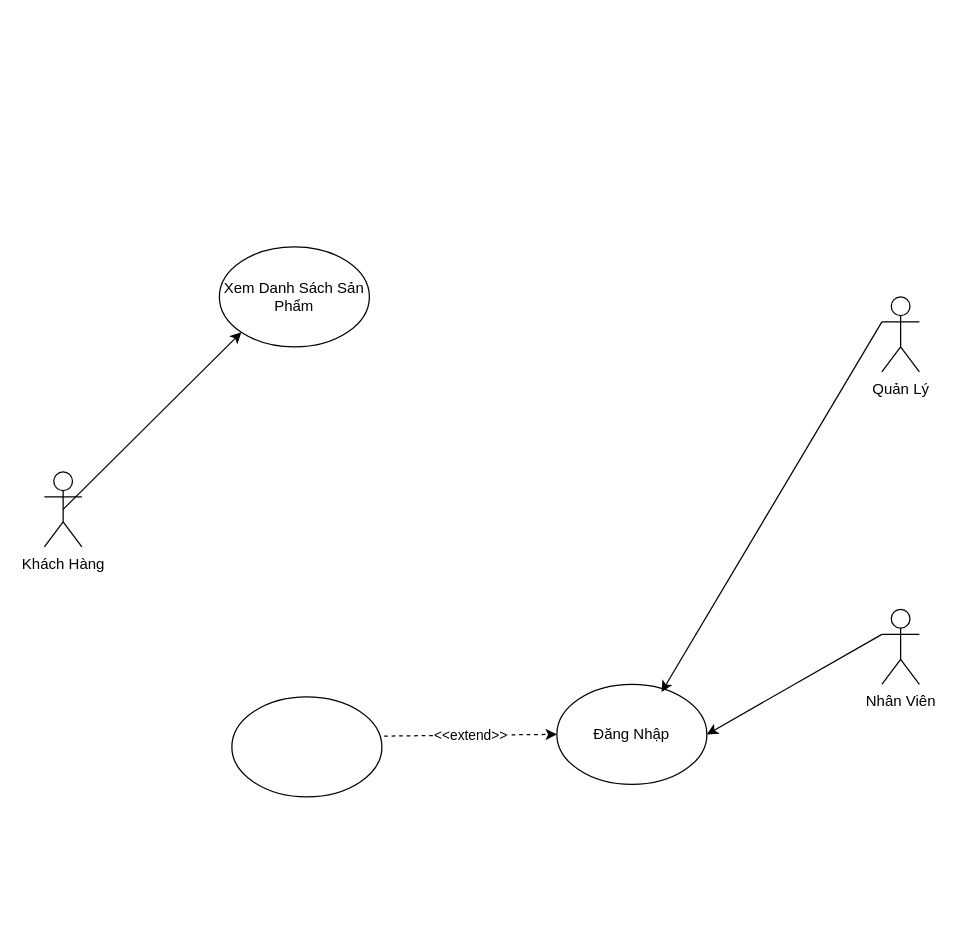
maivantai2003/Database keeps this draw.io diagram as UseCase3.drawio. Above is the earlier version. Source tidied: cells renumbered, new cells numbered last; positions are measured from the earlier drawing's top-left corner, leaving out a move shared by most shapes. Both pictures are drawn from the tidied source at 125%, with x=0, y=0 at pixel (44, 246).
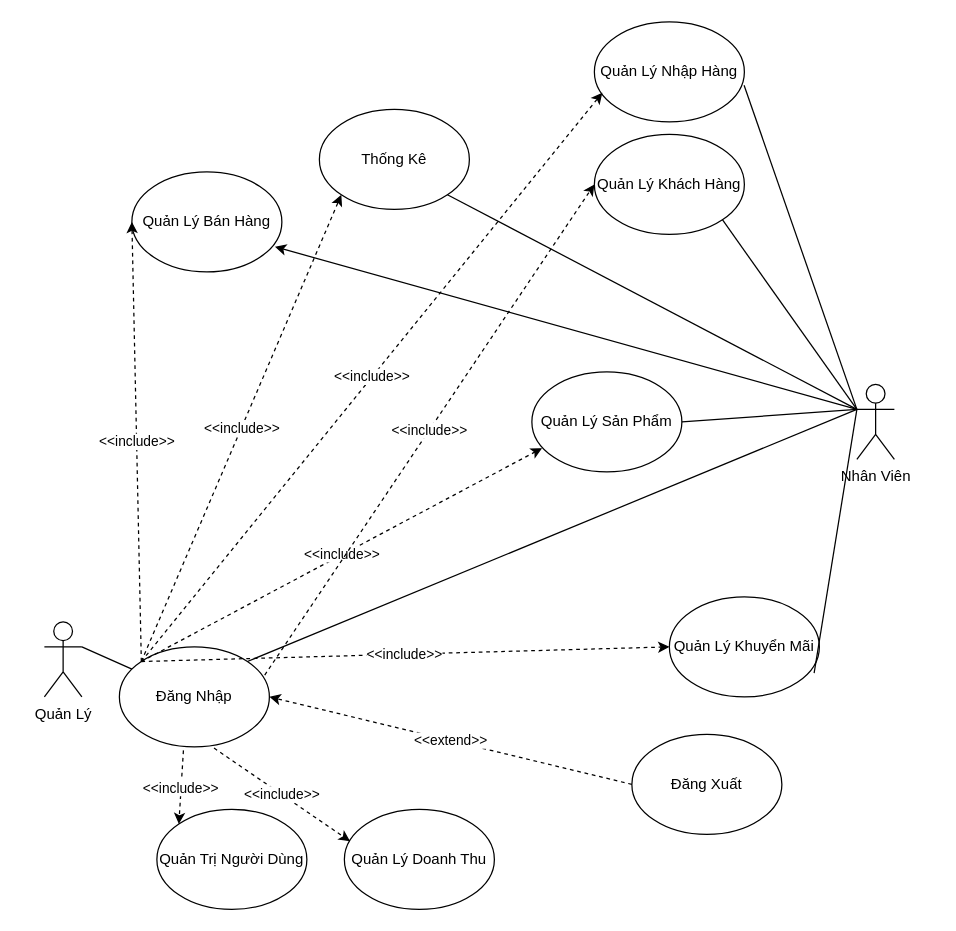
After the change.

Commit message:
Cập nhật UseCase3.drawio

What changed in the source:
```diff
@@
-    <mxCell id="2" value="Khách Hàng" style="shape=umlActor;verticalLabelPosition=bottom;verticalAlign=top;html=1;outlineConnect=0;" parent="1" vertex="1">
-      <mxGeometry y="180" width="30" height="60" as="geometry" />
-    </mxCell>
     <mxCell id="3" value="Nhân Viên" style="shape=umlActor;verticalLabelPosition=bottom;verticalAlign=top;html=1;outlineConnect=0;" parent="1" vertex="1">
-      <mxGeometry x="670" y="290" width="30" height="60" as="geometry" />
+      <mxGeometry x="650" y="110" width="30" height="60" as="geometry" />
     </mxCell>
-    <mxCell id="4" value="Quản Lý" style="shape=umlActor;verticalLabelPosition=bottom;verticalAlign=top;html=1;outlineConnect=0;" parent="1" vertex="1">
-      <mxGeometry x="670" y="40" width="30" height="60" as="geometry" />
-    </mxCell>
-    <mxCell id="5" style="ellipse;whiteSpace=wrap;html=1;" parent="1" vertex="1">
-      <mxGeometry x="150" y="360" width="120" height="80" as="geometry" />
+    <mxCell id="5" value="Đăng Nhập" style="ellipse;whiteSpace=wrap;html=1;" parent="1" vertex="1">
+      <mxGeometry x="60" y="320" width="120" height="80" as="geometry" />
     </mxCell>
-    <mxCell id="6" value="Đăng Nhập" style="ellipse;whiteSpace=wrap;html=1;" parent="1" vertex="1">
-      <mxGeometry x="410" y="350" width="120" height="80" as="geometry" />
+    <mxCell id="6" value="Đăng Xuất" style="ellipse;whiteSpace=wrap;html=1;" parent="1" vertex="1">
+      <mxGeometry x="470" y="390" width="120" height="80" as="geometry" />
     </mxCell>
-    <mxCell id="7" style="endArrow=classic;html=1;rounded=0;exitX=0;exitY=0.3333333333333333;exitDx=0;exitDy=0;exitPerimeter=0;entryX=0.698;entryY=0.077;entryDx=0;entryDy=0;entryPerimeter=0;" parent="1" edge="1" source="4" target="6">
-      <mxGeometry relative="1" as="geometry" />
-    </mxCell>
-    <mxCell id="8" style="endArrow=classic;html=1;rounded=0;exitX=0;exitY=0.3333333333333333;exitDx=0;exitDy=0;exitPerimeter=0;entryX=1;entryY=0.5;entryDx=0;entryDy=0;" parent="1" edge="1" source="3" target="6">
-      <mxGeometry relative="1" as="geometry" />
-    </mxCell>
-    <mxCell id="9" value="&amp;lt;&amp;lt;extend&amp;gt;&amp;gt;" style="endArrow=classic;html=1;rounded=0;exitX=1.015;exitY=0.392;exitDx=0;exitDy=0;exitPerimeter=0;entryX=0;entryY=0.5;entryDx=0;entryDy=0;dashed=1;" parent="1" edge="1" source="5" target="6">
+    <mxCell id="9" value="&amp;lt;&amp;lt;extend&amp;gt;&amp;gt;" style="endArrow=classic;html=1;rounded=0;exitX=0;exitY=0.5;exitDx=0;exitDy=0;dashed=1;entryX=1;entryY=0.5;entryDx=0;entryDy=0;" parent="1" edge="1" source="6" target="5">
       <mxGeometry relative="1" as="geometry" />
     </mxCell>
-    <mxCell id="10" value="Xem Danh Sách Sản Phẩm" style="ellipse;whiteSpace=wrap;html=1;" parent="1" vertex="1">
-      <mxGeometry x="140" width="120" height="80" as="geometry" />
-    </mxCell>
-    <mxCell id="11" style="endArrow=classic;html=1;rounded=0;exitX=0.5;exitY=0.5;exitDx=0;exitDy=0;exitPerimeter=0;entryX=0;entryY=1;entryDx=0;entryDy=0;" parent="1" edge="1" source="2" target="10">
-      <mxGeometry relative="1" as="geometry" />
-    </mxCell>
+    <mxCell id="12" value="Quản Lý Khách Hàng" style="ellipse;whiteSpace=wrap;html=1;" parent="1" vertex="1">
+      <mxGeometry x="440" y="-90" width="120" height="80" as="geometry" />
+    </mxCell>
+    <mxCell id="13" value="Quản Lý Nhập Hàng" style="ellipse;whiteSpace=wrap;html=1;" parent="1" vertex="1">
+      <mxGeometry x="440" y="-180" width="120" height="80" as="geometry" />
+    </mxCell>
+    <mxCell id="4" value="Quản Lý" style="shape=umlActor;verticalLabelPosition=bottom;verticalAlign=top;html=1;outlineConnect=0;" parent="1" vertex="1">
+      <mxGeometry y="300" width="30" height="60" as="geometry" />
+    </mxCell>
+    <mxCell id="14" style="endArrow=none;html=1;rounded=0;exitX=1;exitY=0.3333333333333333;exitDx=0;exitDy=0;exitPerimeter=0;endFill=0;" parent="1" edge="1" source="4" target="5">
+      <mxGeometry relative="1" as="geometry" />
+    </mxCell>
+    <mxCell id="15" value="Quản Lý Doanh Thu" style="ellipse;whiteSpace=wrap;html=1;" parent="1" vertex="1">
+      <mxGeometry x="240" y="450" width="120" height="80" as="geometry" />
+    </mxCell>
+    <mxCell id="16" value="&amp;lt;&amp;lt;include&amp;gt;&amp;gt;" style="endArrow=classic;html=1;rounded=0;exitX=0.631;exitY=1.012;exitDx=0;exitDy=0;entryX=0.038;entryY=0.319;entryDx=0;entryDy=0;dashed=1;exitPerimeter=0;entryPerimeter=0;" parent="1" edge="1" source="5" target="15">
+      <mxGeometry relative="1" as="geometry" />
+    </mxCell>
+    <mxCell id="17" value="Quản Trị Người Dùng" style="ellipse;whiteSpace=wrap;html=1;" parent="1" vertex="1">
+      <mxGeometry x="90" y="450" width="120" height="80" as="geometry" />
+    </mxCell>
+    <mxCell id="18" value="&amp;lt;&amp;lt;include&amp;gt;&amp;gt;" style="endArrow=classic;html=1;rounded=0;exitX=0.427;exitY=1.035;exitDx=0;exitDy=0;entryX=0;entryY=0;entryDx=0;entryDy=0;dashed=1;exitPerimeter=0;" parent="1" edge="1" source="5" target="17">
+      <mxGeometry relative="1" as="geometry" />
+    </mxCell>
+    <mxCell id="19" style="endArrow=none;html=1;rounded=0;entryX=1;entryY=0;entryDx=0;entryDy=0;endFill=0;exitX=0;exitY=0.3333333333333333;exitDx=0;exitDy=0;exitPerimeter=0;" parent="1" edge="1" source="3" target="5">
+      <mxGeometry relative="1" as="geometry" />
+    </mxCell>
+    <mxCell id="20" style="endArrow=none;html=1;rounded=0;entryX=1;entryY=1;entryDx=0;entryDy=0;endFill=0;exitX=0;exitY=0.3333333333333333;exitDx=0;exitDy=0;exitPerimeter=0;" parent="1" edge="1" source="3" target="12">
+      <mxGeometry relative="1" as="geometry" />
+    </mxCell>
+    <mxCell id="21" style="endArrow=none;html=1;rounded=0;exitX=0;exitY=0.3333333333333333;exitDx=0;exitDy=0;exitPerimeter=0;entryX=0.998;entryY=0.634;entryDx=0;entryDy=0;entryPerimeter=0;endFill=0;" parent="1" edge="1" source="3" target="13">
+      <mxGeometry relative="1" as="geometry" />
+    </mxCell>
+    <mxCell id="22" value="Thống Kê" style="ellipse;whiteSpace=wrap;html=1;" parent="1" vertex="1">
+      <mxGeometry x="220" y="-110" width="120" height="80" as="geometry" />
+    </mxCell>
+    <mxCell id="23" style="endArrow=none;html=1;rounded=0;exitX=0;exitY=0.3333333333333333;exitDx=0;exitDy=0;exitPerimeter=0;entryX=1;entryY=1;entryDx=0;entryDy=0;endFill=0;" parent="1" edge="1" source="3" target="22">
+      <mxGeometry relative="1" as="geometry" />
+    </mxCell>
+    <mxCell id="24" value="Quản Lý Khuyển Mãi" style="ellipse;whiteSpace=wrap;html=1;" parent="1" vertex="1">
+      <mxGeometry x="500" y="280" width="120" height="80" as="geometry" />
+    </mxCell>
+    <mxCell id="25" style="endArrow=none;html=1;rounded=0;exitX=0;exitY=0.3333333333333333;exitDx=0;exitDy=0;exitPerimeter=0;entryX=0.965;entryY=0.763;entryDx=0;entryDy=0;entryPerimeter=0;endFill=0;" parent="1" edge="1" source="3" target="24">
+      <mxGeometry relative="1" as="geometry" />
+    </mxCell>
+    <mxCell id="26" value="Quản Lý Bán Hàng" style="ellipse;whiteSpace=wrap;html=1;" parent="1" vertex="1">
+      <mxGeometry x="70" y="-60" width="120" height="80" as="geometry" />
+    </mxCell>
+    <mxCell id="27" value="Quản Lý Sản Phẩm" style="ellipse;whiteSpace=wrap;html=1;" parent="1" vertex="1">
+      <mxGeometry x="390" y="100" width="120" height="80" as="geometry" />
+    </mxCell>
+    <mxCell id="28" style="endArrow=none;html=1;rounded=0;exitX=0;exitY=0.3333333333333333;exitDx=0;exitDy=0;exitPerimeter=0;entryX=1;entryY=0.5;entryDx=0;entryDy=0;endFill=0;" parent="1" edge="1" source="3" target="27">
+      <mxGeometry relative="1" as="geometry" />
+    </mxCell>
+    <mxCell id="29" style="endArrow=classic;html=1;rounded=0;exitX=0;exitY=0.3333333333333333;exitDx=0;exitDy=0;exitPerimeter=0;entryX=0.954;entryY=0.749;entryDx=0;entryDy=0;entryPerimeter=0;" parent="1" edge="1" source="3" target="26">
+      <mxGeometry relative="1" as="geometry" />
+    </mxCell>
+    <mxCell id="30" value="&amp;lt;&amp;lt;include&amp;gt;&amp;gt;" style="endArrow=classic;html=1;rounded=0;exitX=0;exitY=0;exitDx=0;exitDy=0;entryX=0;entryY=0.5;entryDx=0;entryDy=0;dashed=1;" parent="1" edge="1" source="5" target="26">
+      <mxGeometry relative="1" as="geometry" />
+    </mxCell>
+    <mxCell id="31" value="&amp;lt;&amp;lt;include&amp;gt;&amp;gt;" style="endArrow=classic;html=1;rounded=0;entryX=0.068;entryY=0.763;entryDx=0;entryDy=0;entryPerimeter=0;dashed=1;exitX=0;exitY=0;exitDx=0;exitDy=0;" parent="1" edge="1" source="5" target="27">
+      <mxGeometry relative="1" as="geometry" />
+    </mxCell>
+    <mxCell id="32" value="&amp;lt;&amp;lt;include&amp;gt;&amp;gt;" style="endArrow=classic;html=1;rounded=0;exitX=0;exitY=0;exitDx=0;exitDy=0;entryX=0;entryY=1;entryDx=0;entryDy=0;dashed=1;" parent="1" edge="1" source="5" target="22">
+      <mxGeometry relative="1" as="geometry" />
+    </mxCell>
+    <mxCell id="33" value="&amp;lt;&amp;lt;include&amp;gt;&amp;gt;" style="endArrow=classic;html=1;rounded=0;exitX=0;exitY=0;exitDx=0;exitDy=0;entryX=0;entryY=0.5;entryDx=0;entryDy=0;dashed=1;" parent="1" edge="1" source="5" target="24">
+      <mxGeometry relative="1" as="geometry" />
+    </mxCell>
+    <mxCell id="34" value="&amp;lt;&amp;lt;include&amp;gt;&amp;gt;" style="endArrow=classic;html=1;rounded=0;entryX=0;entryY=0.5;entryDx=0;entryDy=0;dashed=1;exitX=0.969;exitY=0.282;exitDx=0;exitDy=0;exitPerimeter=0;" parent="1" edge="1" source="5" target="12">
+      <mxGeometry relative="1" as="geometry" />
+    </mxCell>
+    <mxCell id="35" value="&amp;lt;&amp;lt;include&amp;gt;&amp;gt;" style="endArrow=classic;html=1;rounded=0;entryX=0.053;entryY=0.709;entryDx=0;entryDy=0;entryPerimeter=0;dashed=1;exitX=0;exitY=0;exitDx=0;exitDy=0;" parent="1" edge="1" source="5" target="13">
+      <mxGeometry relative="1" as="geometry" />
+    </mxCell>
```
